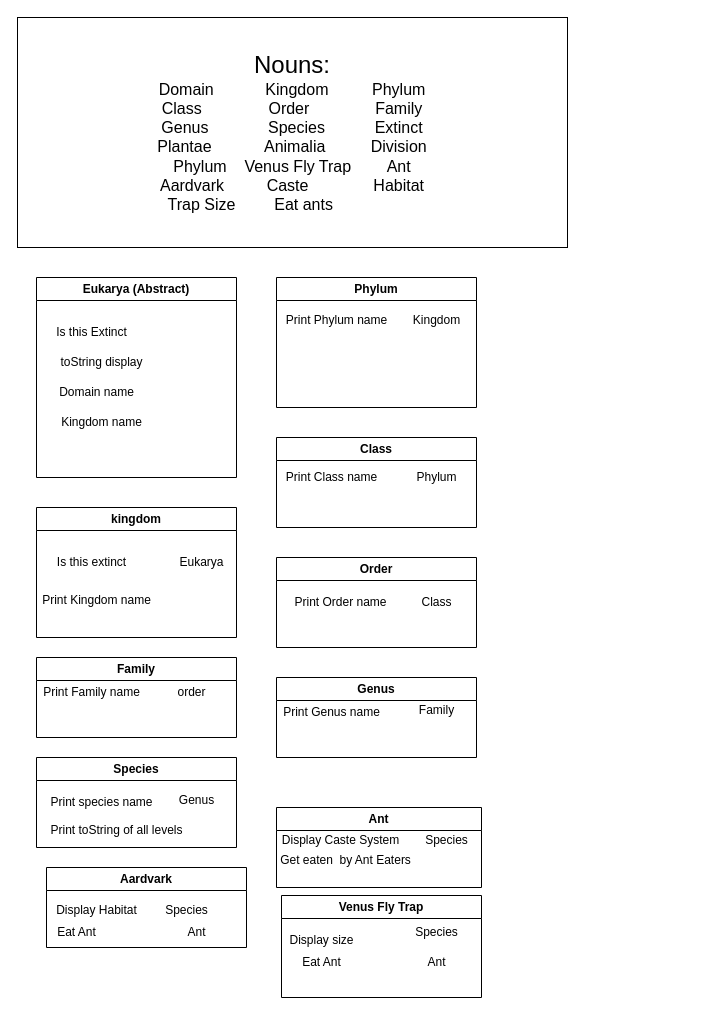
Above: projects/Classification/classificationDiscovery.drawio in CamJam91/Java2 (draw.io), before the change. Source tidied: cells renumbered, new cells numbered last; positions are measured from the earlier drawing's top-left corner, leaving out a move shared by most shapes. Both pictures are drawn from the tidied source at 100%, with x=0, y=0 at pixel (17, 17).
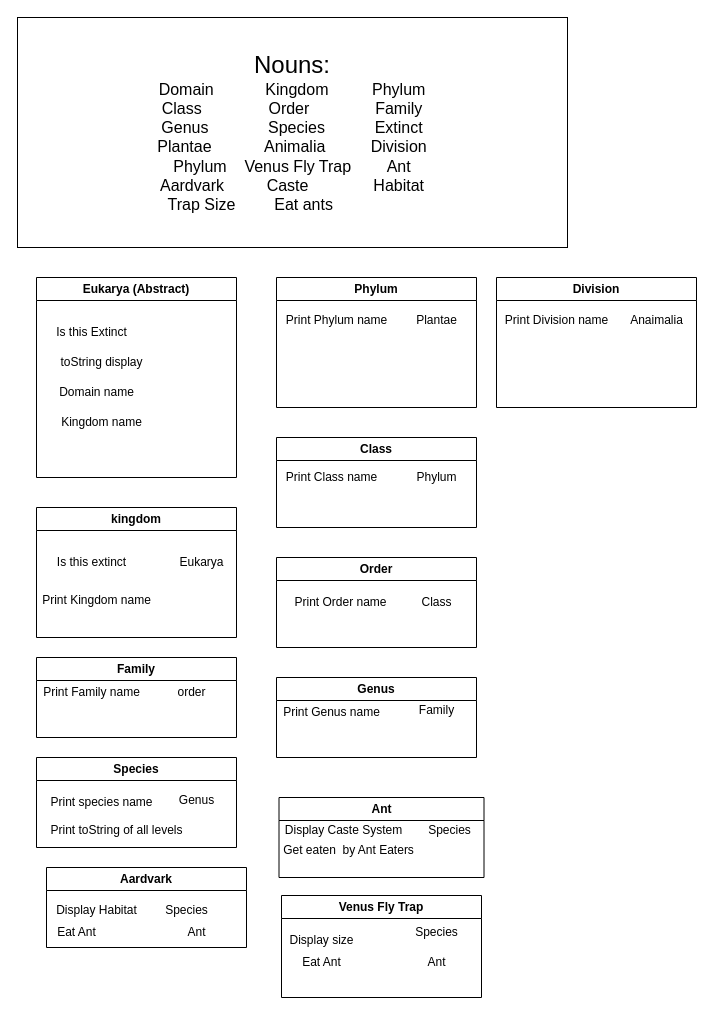
After the change.

The edit, as a diff of the source:
```diff
@@
-    <mxCell id="23" value="Kingdom" style="text;html=1;align=center;verticalAlign=middle;strokeColor=none;fillColor=none;" parent="1" vertex="1">
-      <mxGeometry x="384" y="288" width="70" height="30" as="geometry" />
+    <mxCell id="23" value="Plantae" style="text;html=1;align=center;verticalAlign=middle;strokeColor=none;fillColor=none;" parent="1" vertex="1">
+      <mxGeometry x="389" y="288" width="60" height="30" as="geometry" />
     </mxCell>
@@
     <mxCell id="31" value="Ant" style="swimlane;whiteSpace=wrap;html=1;" parent="1" vertex="1">
-      <mxGeometry x="259" y="790" width="205" height="80" as="geometry" />
+      <mxGeometry x="261.5" y="780" width="205" height="80" as="geometry" />
     </mxCell>
@@
+    <mxCell id="45" value="Division" style="swimlane;whiteSpace=wrap;html=1;" parent="1" vertex="1">
+      <mxGeometry x="479" y="260" width="200" height="130" as="geometry" />
+    </mxCell>
+    <mxCell id="46" value="Print Division name" style="text;html=1;align=center;verticalAlign=middle;strokeColor=none;fillColor=none;" parent="45" vertex="1">
+      <mxGeometry x="-5" y="28" width="130" height="30" as="geometry" />
+    </mxCell>
+    <mxCell id="47" value="Anaimalia" style="text;html=1;align=center;verticalAlign=middle;strokeColor=none;fillColor=none;" parent="45" vertex="1">
+      <mxGeometry x="120" y="28" width="80" height="30" as="geometry" />
+    </mxCell>
```
